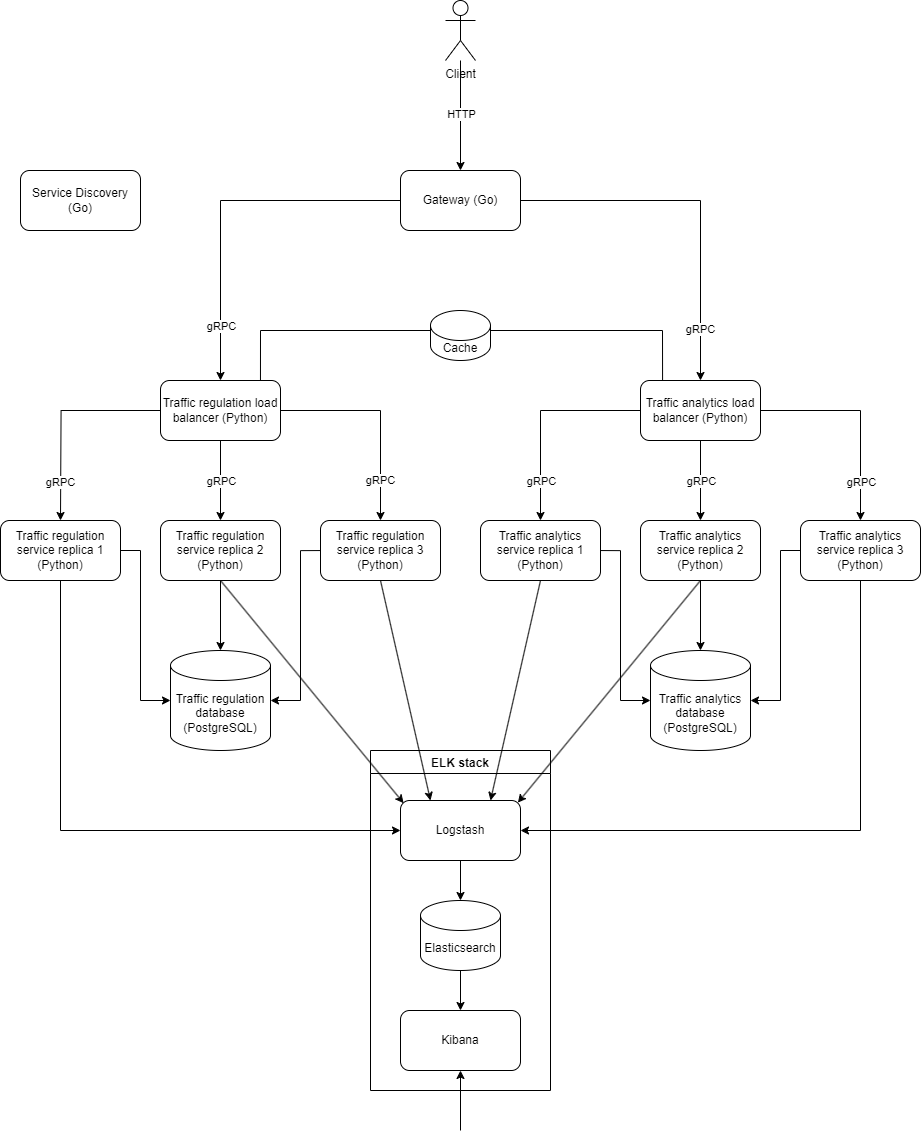
Above: docs/system_architecture_diagram.png in eugencic/distributed-application-programming (draw.io), before the change. Source tidied: cells renumbered, new cells last; positions are measured from the earlier drawing's top-left corner, leaving out a move shared by most shapes. The source it was exported from:
```xml
<mxGraphModel>
  <root>
    <mxCell id="0" />
    <mxCell id="1" parent="0" />
    <mxCell id="2" style="edgeStyle=orthogonalEdgeStyle;rounded=0;jettySize=auto;html=1;exitX=0.5;exitY=1;exitDx=0;exitDy=0;entryX=0;entryY=0.5;entryDx=0;entryDy=0;" parent="1" edge="1" source="3" target="44">
      <mxGeometry relative="1" as="geometry" />
    </mxCell>
    <mxCell id="3" value="Traffic regulation service replica 1 (Python)" style="rounded=1;whiteSpace=wrap;html=1;" parent="1" vertex="1">
      <mxGeometry y="520" width="120" height="60" as="geometry" />
    </mxCell>
    <mxCell id="4" style="edgeStyle=orthogonalEdgeStyle;rounded=0;jettySize=auto;html=1;" parent="1" edge="1" source="5" target="7">
      <mxGeometry relative="1" as="geometry" />
    </mxCell>
    <mxCell id="5" value="Traffic regulation service replica 2 (Python)" style="rounded=1;whiteSpace=wrap;html=1;" parent="1" vertex="1">
      <mxGeometry x="160" y="520" width="120" height="60" as="geometry" />
    </mxCell>
    <mxCell id="6" value="Traffic regulation service replica 3 (Python)" style="rounded=1;whiteSpace=wrap;html=1;" parent="1" vertex="1">
      <mxGeometry x="320" y="520" width="120" height="60" as="geometry" />
    </mxCell>
    <mxCell id="7" value="Traffic regulation database (PostgreSQL)" style="shape=cylinder3;whiteSpace=wrap;html=1;boundedLbl=1;backgroundOutline=1;size=15;" parent="1" vertex="1">
      <mxGeometry x="170" y="650" width="100" height="100" as="geometry" />
    </mxCell>
    <mxCell id="8" style="edgeStyle=orthogonalEdgeStyle;rounded=0;jettySize=auto;html=1;entryX=0;entryY=0.5;entryDx=0;entryDy=0;entryPerimeter=0;" parent="1" edge="1" target="7">
      <mxGeometry relative="1" as="geometry">
        <mxPoint x="120" y="550" as="sourcePoint" />
        <Array as="points">
          <mxPoint x="140" y="550" />
          <mxPoint x="140" y="700" />
        </Array>
      </mxGeometry>
    </mxCell>
    <mxCell id="9" style="edgeStyle=orthogonalEdgeStyle;rounded=0;jettySize=auto;html=1;entryX=1;entryY=0.5;entryDx=0;entryDy=0;entryPerimeter=0;" parent="1" edge="1" target="7">
      <mxGeometry relative="1" as="geometry">
        <mxPoint x="320" y="550.1" as="sourcePoint" />
        <Array as="points">
          <mxPoint x="300" y="550" />
          <mxPoint x="300" y="700" />
        </Array>
      </mxGeometry>
    </mxCell>
    <mxCell id="10" value="Traffic analytics service replica 1 (Python)" style="rounded=1;whiteSpace=wrap;html=1;" parent="1" vertex="1">
      <mxGeometry x="480" y="520" width="120" height="60" as="geometry" />
    </mxCell>
    <mxCell id="11" style="edgeStyle=orthogonalEdgeStyle;rounded=0;jettySize=auto;html=1;" parent="1" edge="1" source="12" target="15">
      <mxGeometry relative="1" as="geometry" />
    </mxCell>
    <mxCell id="12" value="Traffic analytics service replica 2 (Python)" style="rounded=1;whiteSpace=wrap;html=1;" parent="1" vertex="1">
      <mxGeometry x="640" y="520" width="120" height="60" as="geometry" />
    </mxCell>
    <mxCell id="13" style="edgeStyle=orthogonalEdgeStyle;rounded=0;jettySize=auto;html=1;entryX=1;entryY=0.5;entryDx=0;entryDy=0;" parent="1" edge="1" source="14" target="44">
      <mxGeometry relative="1" as="geometry">
        <Array as="points">
          <mxPoint x="860" y="830" />
        </Array>
      </mxGeometry>
    </mxCell>
    <mxCell id="14" value="Traffic analytics service replica 3 (Python)" style="rounded=1;whiteSpace=wrap;html=1;" parent="1" vertex="1">
      <mxGeometry x="800" y="520" width="120" height="60" as="geometry" />
    </mxCell>
    <mxCell id="15" value="Traffic analytics database (PostgreSQL)" style="shape=cylinder3;whiteSpace=wrap;html=1;boundedLbl=1;backgroundOutline=1;size=15;" parent="1" vertex="1">
      <mxGeometry x="650" y="650" width="100" height="100" as="geometry" />
    </mxCell>
    <mxCell id="16" style="edgeStyle=orthogonalEdgeStyle;rounded=0;jettySize=auto;html=1;entryX=0;entryY=0.5;entryDx=0;entryDy=0;entryPerimeter=0;" parent="1" edge="1" target="15">
      <mxGeometry relative="1" as="geometry">
        <mxPoint x="600" y="550.1" as="sourcePoint" />
        <Array as="points">
          <mxPoint x="620" y="550" />
          <mxPoint x="620" y="700" />
        </Array>
      </mxGeometry>
    </mxCell>
    <mxCell id="17" style="edgeStyle=orthogonalEdgeStyle;rounded=0;jettySize=auto;html=1;entryX=1;entryY=0.5;entryDx=0;entryDy=0;entryPerimeter=0;" parent="1" edge="1" source="14" target="15">
      <mxGeometry relative="1" as="geometry">
        <Array as="points">
          <mxPoint x="780" y="550" />
          <mxPoint x="780" y="700" />
        </Array>
      </mxGeometry>
    </mxCell>
    <mxCell id="18" style="edgeStyle=orthogonalEdgeStyle;rounded=0;jettySize=auto;html=1;entryX=0.5;entryY=0;entryDx=0;entryDy=0;" parent="1" edge="1" source="24" target="5">
      <mxGeometry relative="1" as="geometry" />
    </mxCell>
    <mxCell id="19" value="gRPC" style="edgeLabel;html=1;align=center;verticalAlign=middle;" parent="18" vertex="1">
      <mxGeometry x="-0.04" y="2" relative="1" as="geometry">
        <mxPoint x="-2" y="2" as="offset" />
      </mxGeometry>
    </mxCell>
    <mxCell id="20" style="edgeStyle=orthogonalEdgeStyle;rounded=0;jettySize=auto;html=1;entryX=0.5;entryY=0;entryDx=0;entryDy=0;" parent="1" edge="1" source="24">
      <mxGeometry relative="1" as="geometry">
        <mxPoint x="60" y="520" as="targetPoint" />
      </mxGeometry>
    </mxCell>
    <mxCell id="21" value="gRPC" style="edgeLabel;html=1;align=center;verticalAlign=middle;" parent="20" vertex="1">
      <mxGeometry x="0.6" y="-1" relative="1" as="geometry">
        <mxPoint y="2" as="offset" />
      </mxGeometry>
    </mxCell>
    <mxCell id="22" style="edgeStyle=orthogonalEdgeStyle;rounded=0;jettySize=auto;html=1;entryX=0.5;entryY=0;entryDx=0;entryDy=0;" parent="1" edge="1" source="24" target="6">
      <mxGeometry relative="1" as="geometry" />
    </mxCell>
    <mxCell id="23" value="gRPC" style="edgeLabel;html=1;align=center;verticalAlign=middle;" parent="22" vertex="1">
      <mxGeometry x="0.61" y="-1" relative="1" as="geometry">
        <mxPoint y="1" as="offset" />
      </mxGeometry>
    </mxCell>
    <mxCell id="24" value="Traffic regulation load balancer (Python)" style="rounded=1;whiteSpace=wrap;html=1;" parent="1" vertex="1">
      <mxGeometry x="160" y="380" width="120" height="60" as="geometry" />
    </mxCell>
    <mxCell id="25" style="edgeStyle=orthogonalEdgeStyle;rounded=0;jettySize=auto;html=1;" parent="1" edge="1" source="31" target="12">
      <mxGeometry relative="1" as="geometry" />
    </mxCell>
    <mxCell id="26" value="gRPC" style="edgeLabel;html=1;align=center;verticalAlign=middle;" parent="25" vertex="1">
      <mxGeometry y="-2" relative="1" as="geometry">
        <mxPoint x="2" as="offset" />
      </mxGeometry>
    </mxCell>
    <mxCell id="27" style="edgeStyle=orthogonalEdgeStyle;rounded=0;jettySize=auto;html=1;entryX=0.5;entryY=0;entryDx=0;entryDy=0;" parent="1" edge="1" source="31" target="10">
      <mxGeometry relative="1" as="geometry" />
    </mxCell>
    <mxCell id="28" value="gRPC" style="edgeLabel;html=1;align=center;verticalAlign=middle;" parent="27" vertex="1">
      <mxGeometry x="0.63" y="-2" relative="1" as="geometry">
        <mxPoint x="2" y="-1" as="offset" />
      </mxGeometry>
    </mxCell>
    <mxCell id="29" style="edgeStyle=orthogonalEdgeStyle;rounded=0;jettySize=auto;html=1;entryX=0.5;entryY=0;entryDx=0;entryDy=0;" parent="1" edge="1" source="31" target="14">
      <mxGeometry relative="1" as="geometry" />
    </mxCell>
    <mxCell id="30" value="gRPC" style="edgeLabel;html=1;align=center;verticalAlign=middle;" parent="29" vertex="1">
      <mxGeometry x="0.64" relative="1" as="geometry">
        <mxPoint y="-2" as="offset" />
      </mxGeometry>
    </mxCell>
    <mxCell id="31" value="Traffic analytics load balancer (Python)" style="rounded=1;whiteSpace=wrap;html=1;" parent="1" vertex="1">
      <mxGeometry x="640" y="380" width="120" height="60" as="geometry" />
    </mxCell>
    <mxCell id="32" style="edgeStyle=orthogonalEdgeStyle;rounded=0;jettySize=auto;html=1;entryX=0.5;entryY=0;entryDx=0;entryDy=0;" parent="1" edge="1" source="36" target="24">
      <mxGeometry relative="1" as="geometry" />
    </mxCell>
    <mxCell id="33" value="gRPC" style="edgeLabel;html=1;align=center;verticalAlign=middle;" parent="32" vertex="1">
      <mxGeometry x="0.7" y="2" relative="1" as="geometry">
        <mxPoint x="-2" as="offset" />
      </mxGeometry>
    </mxCell>
    <mxCell id="34" style="edgeStyle=orthogonalEdgeStyle;rounded=0;jettySize=auto;html=1;entryX=0.5;entryY=0;entryDx=0;entryDy=0;" parent="1" edge="1" source="36" target="31">
      <mxGeometry relative="1" as="geometry" />
    </mxCell>
    <mxCell id="35" value="gRPC" style="edgeLabel;html=1;align=center;verticalAlign=middle;" parent="34" vertex="1">
      <mxGeometry x="0.72" y="-1" relative="1" as="geometry">
        <mxPoint y="-2" as="offset" />
      </mxGeometry>
    </mxCell>
    <mxCell id="36" value="Gateway (Go)" style="rounded=1;whiteSpace=wrap;html=1;" parent="1" vertex="1">
      <mxGeometry x="400" y="170" width="120" height="60" as="geometry" />
    </mxCell>
    <mxCell id="37" value="Service Discovery (Go)" style="rounded=1;whiteSpace=wrap;html=1;" parent="1" vertex="1">
      <mxGeometry x="20" y="170" width="120" height="60" as="geometry" />
    </mxCell>
    <mxCell id="38" style="edgeStyle=orthogonalEdgeStyle;rounded=0;jettySize=auto;html=1;entryX=0.5;entryY=0;entryDx=0;entryDy=0;" parent="1" edge="1" source="40" target="36">
      <mxGeometry relative="1" as="geometry" />
    </mxCell>
    <mxCell id="39" value="HTTP" style="edgeLabel;html=1;align=center;verticalAlign=middle;" parent="38" vertex="1">
      <mxGeometry x="0.25" relative="1" as="geometry">
        <mxPoint y="-15" as="offset" />
      </mxGeometry>
    </mxCell>
    <mxCell id="40" value="Client" style="shape=umlActor;verticalLabelPosition=bottom;verticalAlign=top;html=1;outlineConnect=0;" parent="1" vertex="1">
      <mxGeometry x="445" width="30" height="60" as="geometry" />
    </mxCell>
    <mxCell id="41" value="Cache" style="shape=cylinder3;whiteSpace=wrap;html=1;boundedLbl=1;backgroundOutline=1;size=15;" parent="1" vertex="1">
      <mxGeometry x="430" y="310" width="60" height="50" as="geometry" />
    </mxCell>
    <mxCell id="42" style="endArrow=none;html=1;rounded=0;entryX=0.184;entryY=-0.002;entryDx=0;entryDy=0;entryPerimeter=0;" parent="1" edge="1" target="31">
      <mxGeometry relative="1" as="geometry">
        <mxPoint x="490" y="330" as="sourcePoint" />
        <Array as="points">
          <mxPoint x="662" y="330" />
        </Array>
      </mxGeometry>
    </mxCell>
    <mxCell id="43" style="endArrow=none;html=1;rounded=0;exitX=0.833;exitY=0;exitDx=0;exitDy=0;exitPerimeter=0;entryX=0;entryY=0;entryDx=0;entryDy=20;entryPerimeter=0;" parent="1" edge="1" source="24" target="41">
      <mxGeometry relative="1" as="geometry">
        <Array as="points">
          <mxPoint x="260" y="330" />
        </Array>
      </mxGeometry>
    </mxCell>
    <mxCell id="44" value="Logstash" style="rounded=1;whiteSpace=wrap;html=1;" parent="1" vertex="1">
      <mxGeometry x="400" y="800" width="120" height="60" as="geometry" />
    </mxCell>
    <mxCell id="45" value="ELK stack" style="swimlane;" parent="1" vertex="1">
      <mxGeometry x="370" y="750" width="180" height="340" as="geometry" />
    </mxCell>
    <mxCell id="46" style="edgeStyle=orthogonalEdgeStyle;rounded=0;jettySize=auto;html=1;entryX=0.5;entryY=0;entryDx=0;entryDy=0;" parent="45" edge="1" source="47" target="48">
      <mxGeometry relative="1" as="geometry" />
    </mxCell>
    <mxCell id="47" value="Elasticsearch" style="shape=cylinder3;whiteSpace=wrap;html=1;boundedLbl=1;backgroundOutline=1;size=15;" parent="45" vertex="1">
      <mxGeometry x="50" y="150" width="80" height="70" as="geometry" />
    </mxCell>
    <mxCell id="48" value="Kibana" style="rounded=1;whiteSpace=wrap;html=1;" parent="45" vertex="1">
      <mxGeometry x="30" y="260" width="120" height="60" as="geometry" />
    </mxCell>
    <mxCell id="49" style="edgeStyle=orthogonalEdgeStyle;rounded=0;jettySize=auto;html=1;entryX=0.5;entryY=0;entryDx=0;entryDy=0;entryPerimeter=0;" parent="1" edge="1" source="44" target="47">
      <mxGeometry relative="1" as="geometry" />
    </mxCell>
    <mxCell id="50" style="endArrow=classic;html=1;rounded=0;entryX=0.5;entryY=1;entryDx=0;entryDy=0;" parent="1" edge="1" target="48">
      <mxGeometry relative="1" as="geometry">
        <mxPoint x="460" y="1130" as="sourcePoint" />
      </mxGeometry>
    </mxCell>
    <mxCell id="51" style="endArrow=classic;html=1;rounded=0;exitX=0.5;exitY=1;exitDx=0;exitDy=0;" parent="1" edge="1" source="6">
      <mxGeometry relative="1" as="geometry">
        <mxPoint x="430" y="800" as="targetPoint" />
      </mxGeometry>
    </mxCell>
    <mxCell id="52" style="endArrow=classic;html=1;rounded=0;exitX=0.5;exitY=1;exitDx=0;exitDy=0;entryX=0.026;entryY=0.044;entryDx=0;entryDy=0;entryPerimeter=0;" parent="1" edge="1" source="5" target="44">
      <mxGeometry relative="1" as="geometry" />
    </mxCell>
    <mxCell id="53" style="endArrow=classic;html=1;rounded=0;exitX=0.5;exitY=1;exitDx=0;exitDy=0;entryX=0.75;entryY=0;entryDx=0;entryDy=0;" parent="1" edge="1" source="10" target="44">
      <mxGeometry relative="1" as="geometry" />
    </mxCell>
    <mxCell id="54" style="endArrow=classic;html=1;rounded=0;exitX=0.5;exitY=1;exitDx=0;exitDy=0;entryX=0.978;entryY=0.036;entryDx=0;entryDy=0;entryPerimeter=0;" parent="1" edge="1" source="12" target="44">
      <mxGeometry relative="1" as="geometry" />
    </mxCell>
  </root>
</mxGraphModel>
```
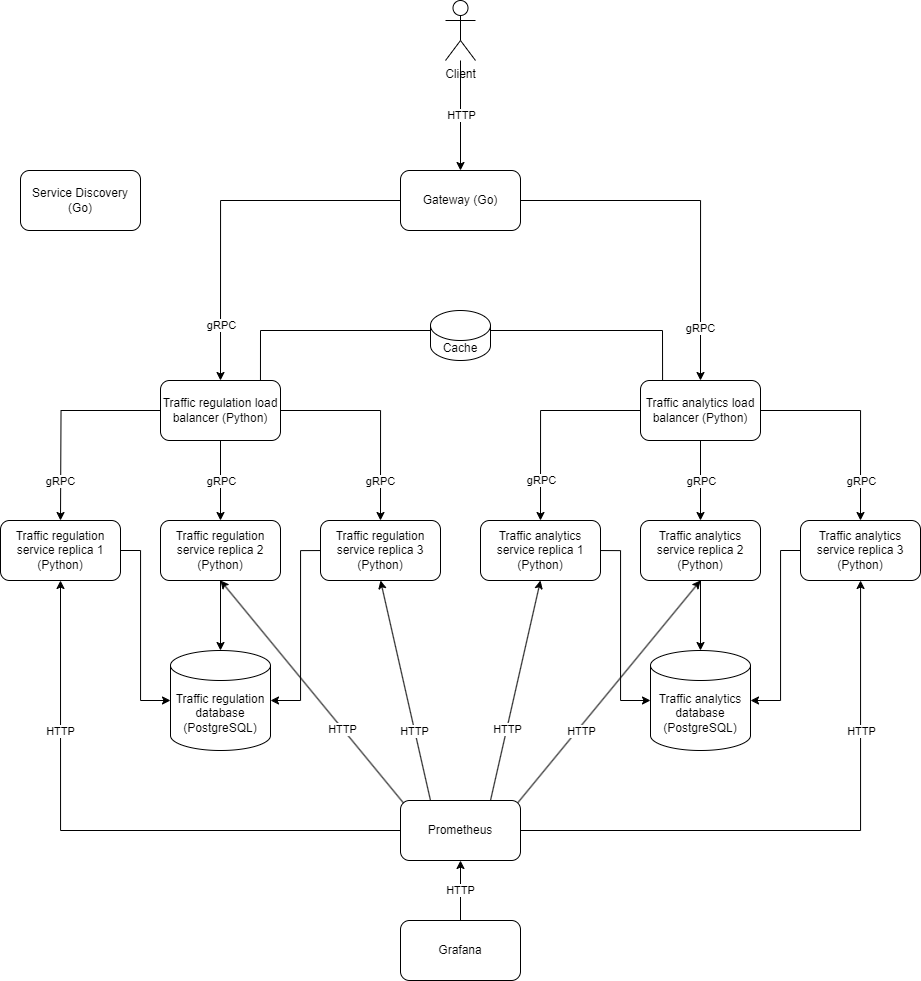
Above is the later version.

What changed in the source:
```diff
@@ -2,9 +2,12 @@
   <root>
     <mxCell id="0" />
     <mxCell id="1" parent="0" />
-    <mxCell id="2" style="edgeStyle=orthogonalEdgeStyle;rounded=0;jettySize=auto;html=1;exitX=0.5;exitY=1;exitDx=0;exitDy=0;entryX=0;entryY=0.5;entryDx=0;entryDy=0;" parent="1" edge="1" source="3" target="44">
+    <mxCell id="2" style="edgeStyle=orthogonalEdgeStyle;rounded=0;jettySize=auto;html=1;exitX=0;exitY=0.5;exitDx=0;exitDy=0;entryX=0.5;entryY=1;entryDx=0;entryDy=0;" parent="1" edge="1" source="44" target="3">
       <mxGeometry relative="1" as="geometry" />
     </mxCell>
+    <mxCell id="55" value="HTTP" style="edgeLabel;html=1;align=center;verticalAlign=middle;" parent="2" vertex="1">
+      <mxGeometry x="0.49" y="1" relative="1" as="geometry" />
+    </mxCell>
     <mxCell id="3" value="Traffic regulation service replica 1 (Python)" style="rounded=1;whiteSpace=wrap;html=1;" parent="1" vertex="1">
       <mxGeometry y="520" width="120" height="60" as="geometry" />
     </mxCell>
@@ -47,13 +50,16 @@
     <mxCell id="12" value="Traffic analytics service replica 2 (Python)" style="rounded=1;whiteSpace=wrap;html=1;" parent="1" vertex="1">
       <mxGeometry x="640" y="520" width="120" height="60" as="geometry" />
     </mxCell>
-    <mxCell id="13" style="edgeStyle=orthogonalEdgeStyle;rounded=0;jettySize=auto;html=1;entryX=1;entryY=0.5;entryDx=0;entryDy=0;" parent="1" edge="1" source="14" target="44">
+    <mxCell id="13" style="edgeStyle=orthogonalEdgeStyle;rounded=0;jettySize=auto;html=1;exitX=1;exitY=0.5;exitDx=0;exitDy=0;" parent="1" edge="1" source="44" target="14">
       <mxGeometry relative="1" as="geometry">
         <Array as="points">
           <mxPoint x="860" y="830" />
         </Array>
       </mxGeometry>
     </mxCell>
+    <mxCell id="56" value="HTTP" style="edgeLabel;html=1;align=center;verticalAlign=middle;" parent="13" vertex="1">
+      <mxGeometry x="0.49" relative="1" as="geometry" />
+    </mxCell>
     <mxCell id="14" value="Traffic analytics service replica 3 (Python)" style="rounded=1;whiteSpace=wrap;html=1;" parent="1" vertex="1">
       <mxGeometry x="800" y="520" width="120" height="60" as="geometry" />
     </mxCell>
@@ -184,42 +190,43 @@
         </Array>
       </mxGeometry>
     </mxCell>
-    <mxCell id="44" value="Logstash" style="rounded=1;whiteSpace=wrap;html=1;" parent="1" vertex="1">
+    <mxCell id="44" value="Prometheus" style="rounded=1;whiteSpace=wrap;html=1;" parent="1" vertex="1">
       <mxGeometry x="400" y="800" width="120" height="60" as="geometry" />
     </mxCell>
-    <mxCell id="45" value="ELK stack" style="swimlane;" parent="1" vertex="1">
-      <mxGeometry x="370" y="750" width="180" height="340" as="geometry" />
-    </mxCell>
-    <mxCell id="46" style="edgeStyle=orthogonalEdgeStyle;rounded=0;jettySize=auto;html=1;entryX=0.5;entryY=0;entryDx=0;entryDy=0;" parent="45" edge="1" source="47" target="48">
-      <mxGeometry relative="1" as="geometry" />
-    </mxCell>
-    <mxCell id="47" value="Elasticsearch" style="shape=cylinder3;whiteSpace=wrap;html=1;boundedLbl=1;backgroundOutline=1;size=15;" parent="45" vertex="1">
-      <mxGeometry x="50" y="150" width="80" height="70" as="geometry" />
-    </mxCell>
-    <mxCell id="48" value="Kibana" style="rounded=1;whiteSpace=wrap;html=1;" parent="45" vertex="1">
-      <mxGeometry x="30" y="260" width="120" height="60" as="geometry" />
-    </mxCell>
-    <mxCell id="49" style="edgeStyle=orthogonalEdgeStyle;rounded=0;jettySize=auto;html=1;entryX=0.5;entryY=0;entryDx=0;entryDy=0;entryPerimeter=0;" parent="1" edge="1" source="44" target="47">
-      <mxGeometry relative="1" as="geometry" />
-    </mxCell>
-    <mxCell id="50" style="endArrow=classic;html=1;rounded=0;entryX=0.5;entryY=1;entryDx=0;entryDy=0;" parent="1" edge="1" target="48">
-      <mxGeometry relative="1" as="geometry">
-        <mxPoint x="460" y="1130" as="sourcePoint" />
-      </mxGeometry>
-    </mxCell>
-    <mxCell id="51" style="endArrow=classic;html=1;rounded=0;exitX=0.5;exitY=1;exitDx=0;exitDy=0;" parent="1" edge="1" source="6">
+    <mxCell id="51" style="endArrow=classic;html=1;rounded=0;exitX=0.5;exitY=1;exitDx=0;exitDy=0;entryX=0.5;entryY=1;entryDx=0;entryDy=0;" parent="1" edge="1" target="6">
       <mxGeometry relative="1" as="geometry">
-        <mxPoint x="430" y="800" as="targetPoint" />
+        <mxPoint x="430" y="800" as="sourcePoint" />
       </mxGeometry>
     </mxCell>
+    <mxCell id="57" value="HTTP" style="edgeLabel;html=1;align=center;verticalAlign=middle;" parent="51" vertex="1">
+      <mxGeometry x="-0.37" y="1" relative="1" as="geometry" />
+    </mxCell>
-    <mxCell id="52" style="endArrow=classic;html=1;rounded=0;exitX=0.5;exitY=1;exitDx=0;exitDy=0;entryX=0.026;entryY=0.044;entryDx=0;entryDy=0;entryPerimeter=0;" parent="1" edge="1" source="5" target="44">
+    <mxCell id="52" style="endArrow=classic;html=1;rounded=0;exitX=0.026;exitY=0.044;exitDx=0;exitDy=0;entryX=0.5;entryY=1;entryDx=0;entryDy=0;exitPerimeter=0;" parent="1" edge="1" source="44" target="5">
       <mxGeometry relative="1" as="geometry" />
     </mxCell>
+    <mxCell id="58" value="HTTP" style="edgeLabel;html=1;align=center;verticalAlign=middle;" parent="52" vertex="1">
+      <mxGeometry x="-0.33" y="1" relative="1" as="geometry" />
+    </mxCell>
-    <mxCell id="53" style="endArrow=classic;html=1;rounded=0;exitX=0.5;exitY=1;exitDx=0;exitDy=0;entryX=0.75;entryY=0;entryDx=0;entryDy=0;" parent="1" edge="1" source="10" target="44">
+    <mxCell id="53" style="endArrow=classic;html=1;rounded=0;exitX=0.75;exitY=0;exitDx=0;exitDy=0;entryX=0.5;entryY=1;entryDx=0;entryDy=0;" parent="1" edge="1" source="44" target="10">
       <mxGeometry relative="1" as="geometry" />
     </mxCell>
+    <mxCell id="59" value="HTTP" style="edgeLabel;html=1;align=center;verticalAlign=middle;" parent="53" vertex="1">
+      <mxGeometry x="-0.36" relative="1" as="geometry" />
+    </mxCell>
-    <mxCell id="54" style="endArrow=classic;html=1;rounded=0;exitX=0.5;exitY=1;exitDx=0;exitDy=0;entryX=0.978;entryY=0.036;entryDx=0;entryDy=0;entryPerimeter=0;" parent="1" edge="1" source="12" target="44">
+    <mxCell id="54" style="endArrow=classic;html=1;rounded=0;exitX=0.978;exitY=0.036;exitDx=0;exitDy=0;entryX=0.5;entryY=1;entryDx=0;entryDy=0;exitPerimeter=0;" parent="1" edge="1" source="44" target="12">
       <mxGeometry relative="1" as="geometry" />
     </mxCell>
+    <mxCell id="60" style="edgeStyle=orthogonalEdgeStyle;rounded=0;jettySize=auto;html=1;entryX=0.5;entryY=1;entryDx=0;entryDy=0;" parent="1" edge="1" source="62" target="44">
+      <mxGeometry relative="1" as="geometry" />
+    </mxCell>
+    <mxCell id="61" value="HTTP" style="edgeLabel;html=1;align=center;verticalAlign=middle;" parent="60" vertex="1">
+      <mxGeometry y="1" relative="1" as="geometry" />
+    </mxCell>
+    <mxCell id="62" value="Grafana" style="rounded=1;whiteSpace=wrap;html=1;" parent="1" vertex="1">
+      <mxGeometry x="400" y="920" width="120" height="60" as="geometry" />
+    </mxCell>
+    <mxCell id="63" value="HTTP" style="edgeLabel;html=1;align=center;verticalAlign=middle;" parent="1" vertex="1">
+      <mxGeometry x="580" y="730" as="geometry" />
+    </mxCell>
   </root>
 </mxGraphModel>
```
